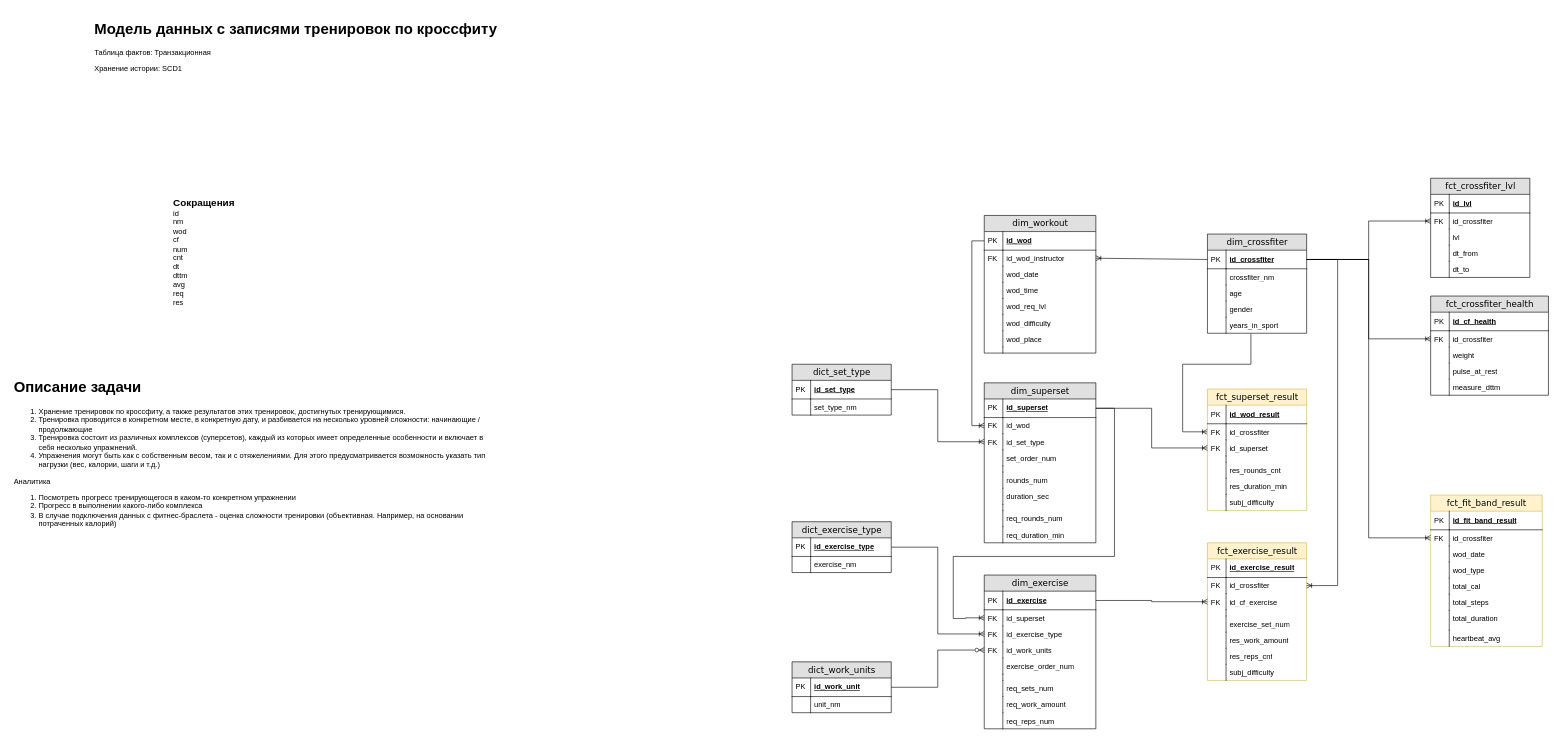
Before: page "dimensional_modeling" (1 of 4) of db_arch/db_schema.drawio in ouriso/crossfit_activity, a draw.io diagram. Source tidied: cells renumbered, new cells numbered last; positions are measured from the earlier drawing's top-left corner, leaving out a move shared by most shapes. Both pictures are drawn from the tidied source at 62%, with x=0, y=0 at pixel (11, 17).
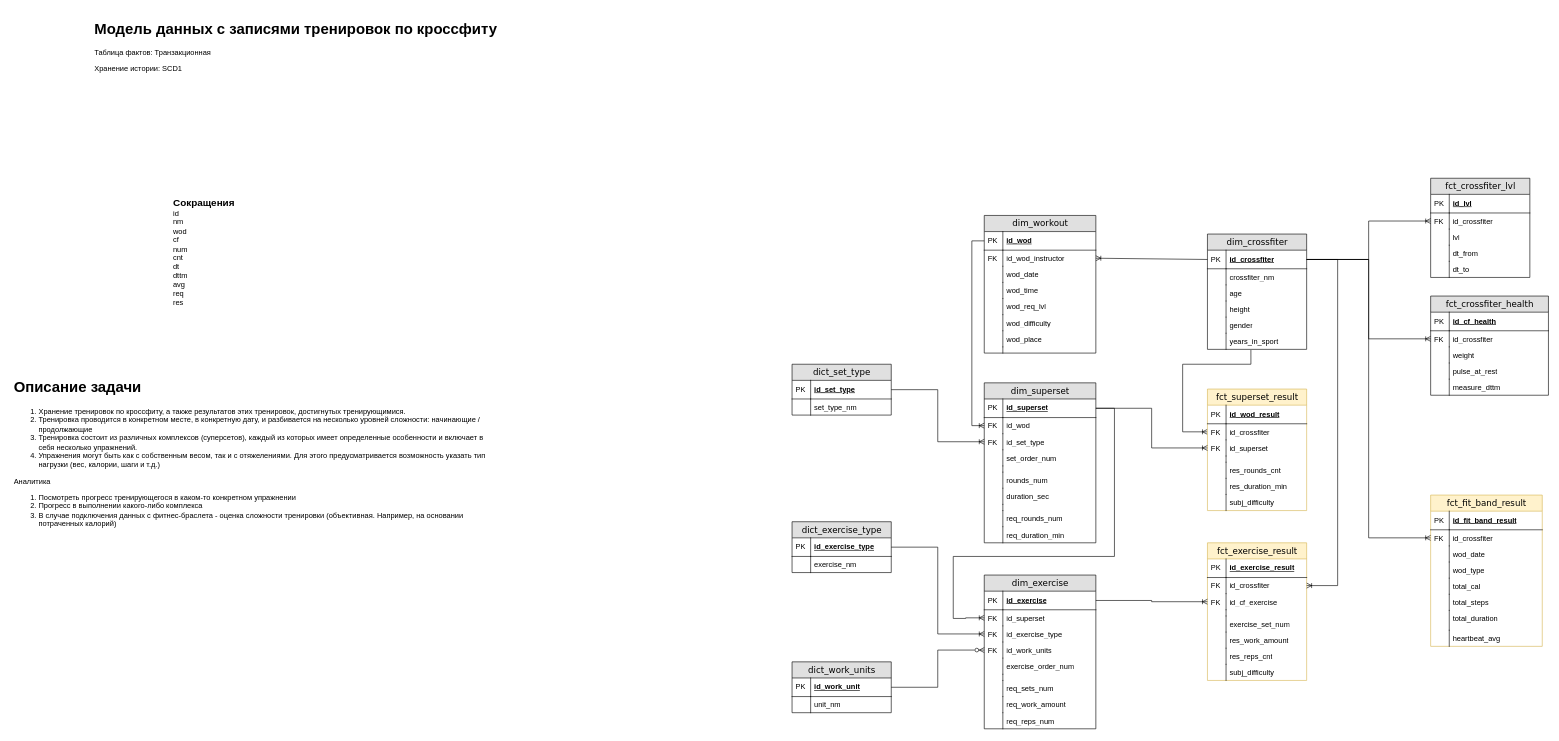
After the change.

Change to the diagram source:
```diff
@@
     <mxCell id="25" value="dim_crossfiter" style="swimlane;html=1;fontStyle=0;horizontal=1;startSize=26;fillColor=#e0e0e0;swimlaneFillColor=#ffffff;align=center;rounded=0;shadow=0;comic=0;labelBackgroundColor=none;strokeWidth=1;fontFamily=Verdana;fontSize=14;" parent="1" vertex="1">
-      <mxGeometry x="1930" y="350" width="160" height="160" as="geometry" />
+      <mxGeometry x="1930" y="350" width="160" height="186" as="geometry" />
     </mxCell>
@@
+    <mxCell id="172" value="height" style="shape=partialRectangle;top=0;left=0;right=0;bottom=0;html=1;align=left;verticalAlign=top;fillColor=none;spacingLeft=34;spacingRight=4;whiteSpace=wrap;overflow=hidden;" parent="25" vertex="1">
+      <mxGeometry y="108" width="160" height="26" as="geometry" />
+    </mxCell>
+    <mxCell id="173" style="shape=partialRectangle;top=0;left=0;bottom=0;html=1;fillColor=none;align=left;verticalAlign=top;spacingLeft=4;spacingRight=4;whiteSpace=wrap;overflow=hidden;" parent="172" vertex="1">
+      <mxGeometry width="30" height="26" as="geometry" />
+    </mxCell>
     <mxCell id="32" value="gender" style="shape=partialRectangle;top=0;left=0;right=0;bottom=0;html=1;align=left;verticalAlign=top;fillColor=none;spacingLeft=34;spacingRight=4;whiteSpace=wrap;overflow=hidden;" parent="25" vertex="1">
-      <mxGeometry y="108" width="160" height="26" as="geometry" />
+      <mxGeometry y="134" width="160" height="26" as="geometry" />
     </mxCell>
@@
     <mxCell id="34" value="years_in_sport" style="shape=partialRectangle;top=0;left=0;right=0;bottom=0;html=1;align=left;verticalAlign=top;fillColor=none;spacingLeft=34;spacingRight=4;whiteSpace=wrap;overflow=hidden;points=[[0,0.5],[1,0.5]];portConstraint=eastwest;" parent="25" vertex="1">
-      <mxGeometry y="134" width="160" height="26" as="geometry" />
+      <mxGeometry y="160" width="160" height="26" as="geometry" />
     </mxCell>
```
